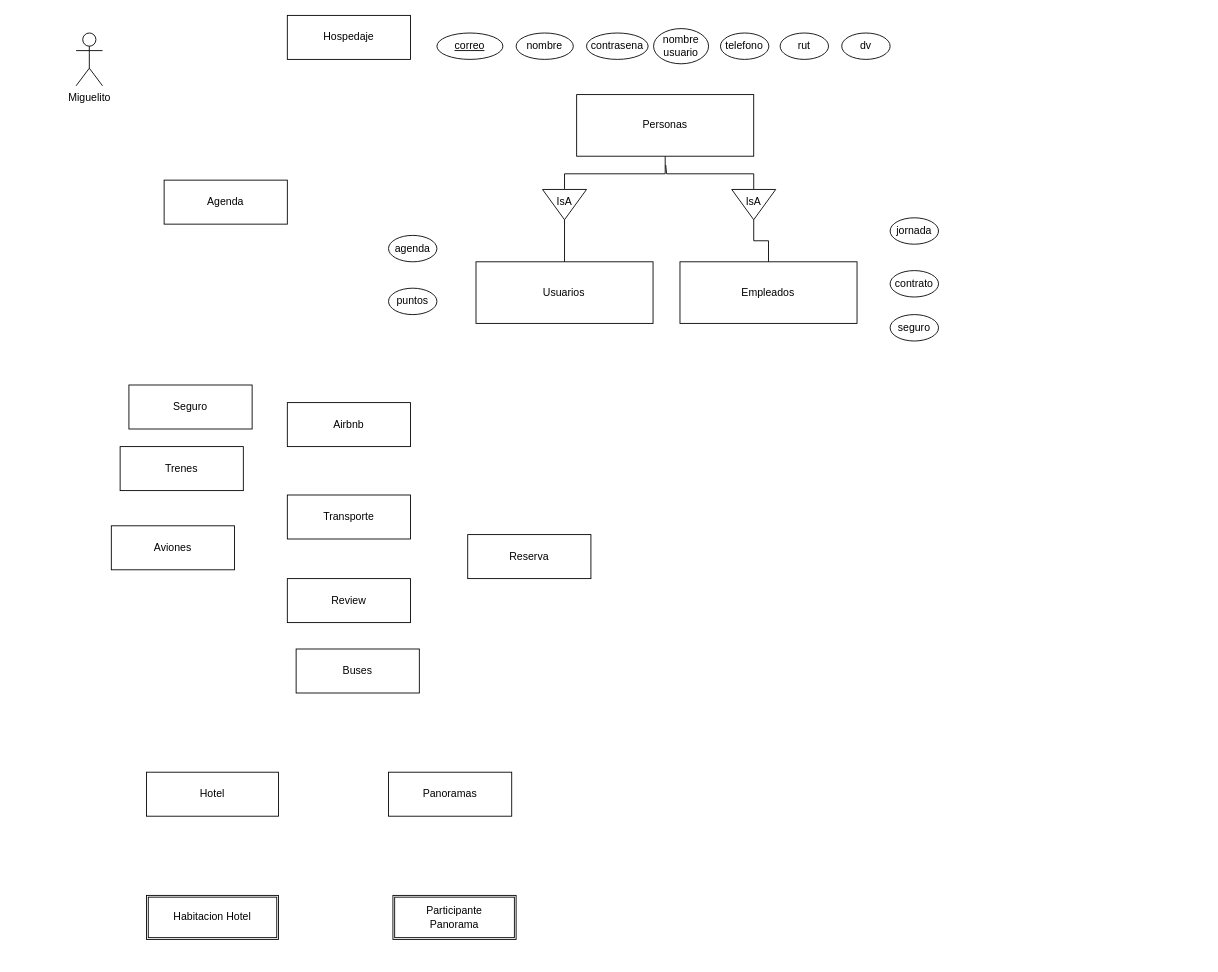
The draw.io diagram Diagrama sin título.drawio in fblazco/bdd_personal, before the edit. Source tidied: cells renumbered, new cells numbered last; positions are measured from the earlier drawing's top-left corner, leaving out a move shared by most shapes. Both pictures are drawn from the tidied source at 88%, with x=0, y=0 at pixel (76, 15).
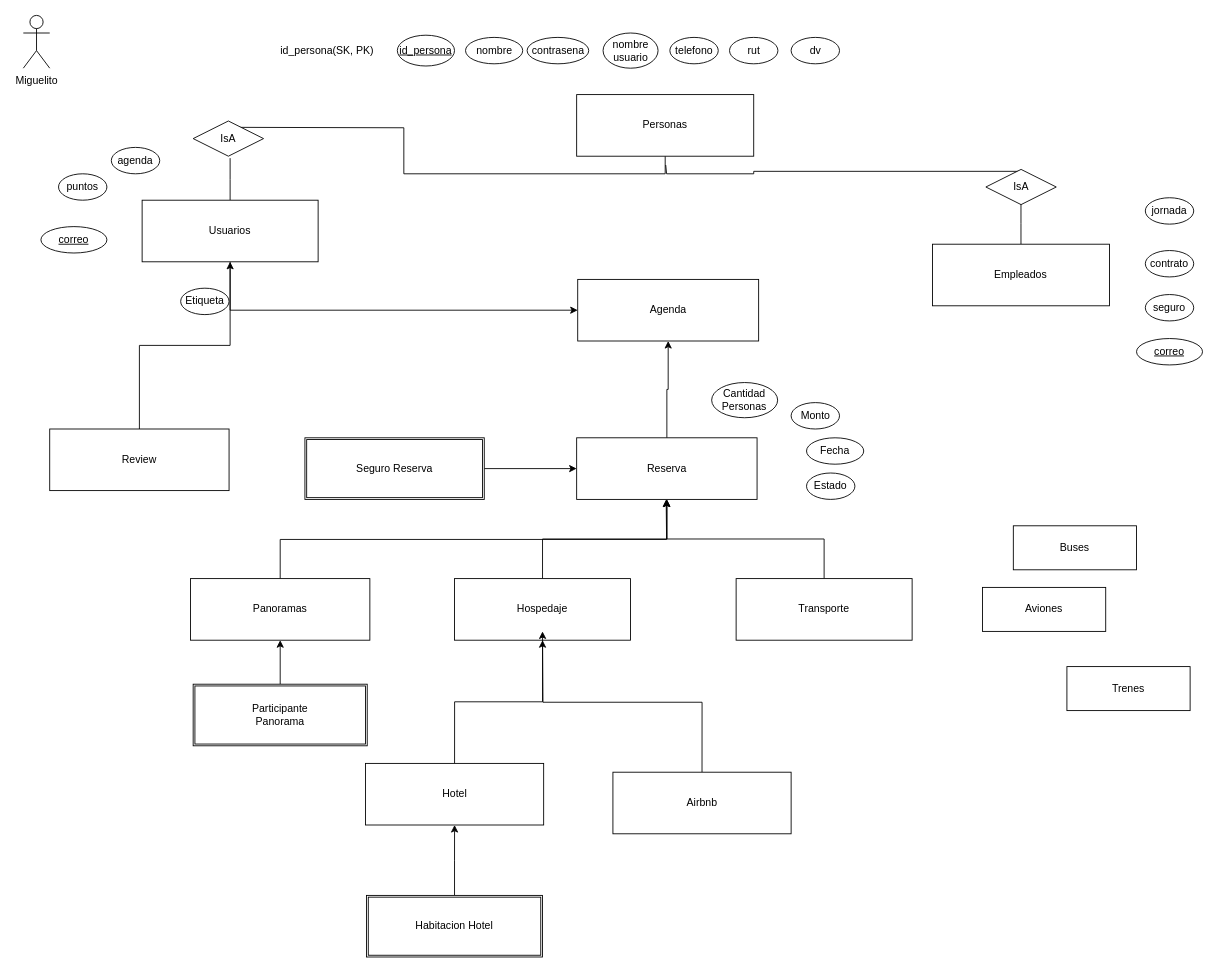
The same diagram, later.

Unchanged cells that the change refers to:
```xml
<mxCell id="3" value="Personas" style="rounded=0;whiteSpace=wrap;html=1;" parent="1" vertex="1">
  <mxGeometry x="568.8" y="90" width="201.2" height="70" as="geometry" />
</mxCell>
```

What changed in the source:
```diff
@@
-    <mxCell id="2" style="edgeStyle=orthogonalEdgeStyle;rounded=0;jettySize=auto;html=1;exitX=0.5;exitY=1;exitDx=0;exitDy=0;entryX=0.5;entryY=0;entryDx=0;entryDy=0;endArrow=none;startFill=0;" parent="1" edge="1" source="3" target="31">
-      <mxGeometry relative="1" as="geometry" />
+    <mxCell id="2" style="edgeStyle=orthogonalEdgeStyle;rounded=0;jettySize=auto;html=1;exitX=0.5;exitY=1;exitDx=0;exitDy=0;entryX=0.5;entryY=0;entryDx=0;entryDy=0;endArrow=none;startFill=0;" parent="1" edge="1" source="3">
+      <mxGeometry relative="1" as="geometry">
+        <mxPoint x="175" y="127.2" as="targetPoint" />
+      </mxGeometry>
     </mxCell>
@@
-    <mxCell id="4" style="edgeStyle=orthogonalEdgeStyle;rounded=0;jettySize=auto;html=1;exitX=0.5;exitY=0;exitDx=0;exitDy=0;entryX=1;entryY=0.5;entryDx=0;entryDy=0;endArrow=none;startFill=0;" parent="1" edge="1" source="5" target="28">
-      <mxGeometry relative="1" as="geometry" />
+    <mxCell id="4" style="edgeStyle=orthogonalEdgeStyle;rounded=0;jettySize=auto;html=1;exitX=0.5;exitY=0;exitDx=0;exitDy=0;entryX=1;entryY=0.5;entryDx=0;entryDy=0;endArrow=none;startFill=0;" parent="1" edge="1" source="5">
+      <mxGeometry relative="1" as="geometry">
+        <mxPoint x="175" y="162.2" as="targetPoint" />
+      </mxGeometry>
     </mxCell>
+    <mxCell id="41" style="edgeStyle=orthogonalEdgeStyle;rounded=0;jettySize=auto;html=1;exitX=0.5;exitY=1;exitDx=0;exitDy=0;entryX=0;entryY=0.5;entryDx=0;entryDy=0;" parent="1" edge="1" source="5" target="6">
+      <mxGeometry relative="1" as="geometry" />
+    </mxCell>
     <mxCell id="5" value="Usuarios" style="rounded=0;whiteSpace=wrap;html=1;" parent="1" vertex="1">
-      <mxGeometry x="454.4" y="280" width="201.2" height="70" as="geometry" />
+      <mxGeometry x="75" y="210" width="200" height="70" as="geometry" />
     </mxCell>
     <mxCell id="6" value="Agenda" style="rounded=0;whiteSpace=wrap;html=1;" parent="1" vertex="1">
-      <mxGeometry x="100" y="187.2" width="140" height="50" as="geometry" />
+      <mxGeometry x="570" y="300" width="205.6" height="70" as="geometry" />
     </mxCell>
+    <mxCell id="42" style="edgeStyle=orthogonalEdgeStyle;rounded=0;jettySize=auto;html=1;exitX=0.5;exitY=0;exitDx=0;exitDy=0;" parent="1" edge="1" source="7" target="6">
+      <mxGeometry relative="1" as="geometry" />
+    </mxCell>
     <mxCell id="7" value="Reserva" style="rounded=0;whiteSpace=wrap;html=1;" parent="1" vertex="1">
-      <mxGeometry x="445" y="590" width="140" height="50" as="geometry" />
+      <mxGeometry x="568.8" y="480" width="205" height="70" as="geometry" />
     </mxCell>
+    <mxCell id="43" style="edgeStyle=orthogonalEdgeStyle;rounded=0;jettySize=auto;html=1;exitX=0.5;exitY=0;exitDx=0;exitDy=0;entryX=0.5;entryY=1;entryDx=0;entryDy=0;" parent="1" edge="1" source="8" target="7">
+      <mxGeometry relative="1" as="geometry" />
+    </mxCell>
     <mxCell id="8" value="Hospedaje" style="rounded=0;whiteSpace=wrap;html=1;" parent="1" vertex="1">
-      <mxGeometry x="240" width="140" height="50" as="geometry" />
+      <mxGeometry x="430" y="640" width="200" height="70" as="geometry" />
     </mxCell>
+    <mxCell id="44" style="edgeStyle=orthogonalEdgeStyle;rounded=0;jettySize=auto;html=1;exitX=0.5;exitY=0;exitDx=0;exitDy=0;entryX=0.5;entryY=1;entryDx=0;entryDy=0;" parent="1" edge="1" source="9" target="8">
+      <mxGeometry relative="1" as="geometry" />
+    </mxCell>
     <mxCell id="9" value="Hotel" style="rounded=0;whiteSpace=wrap;html=1;" parent="1" vertex="1">
-      <mxGeometry x="80" y="860" width="150" height="50" as="geometry" />
+      <mxGeometry x="328.8" y="850" width="202.5" height="70" as="geometry" />
     </mxCell>
+    <mxCell id="45" style="edgeStyle=orthogonalEdgeStyle;rounded=0;jettySize=auto;html=1;exitX=0.5;exitY=0;exitDx=0;exitDy=0;" parent="1" edge="1" source="10">
+      <mxGeometry relative="1" as="geometry">
+        <mxPoint x="530" y="700" as="targetPoint" />
+      </mxGeometry>
+    </mxCell>
     <mxCell id="10" value="Airbnb" style="rounded=0;whiteSpace=wrap;html=1;" parent="1" vertex="1">
-      <mxGeometry x="240" y="440" width="140" height="50" as="geometry" />
+      <mxGeometry x="610" y="860" width="202.5" height="70" as="geometry" />
     </mxCell>
+    <mxCell id="46" style="edgeStyle=orthogonalEdgeStyle;rounded=0;jettySize=auto;html=1;exitX=0.5;exitY=0;exitDx=0;exitDy=0;" parent="1" edge="1" source="11">
+      <mxGeometry relative="1" as="geometry">
+        <mxPoint x="670.5" y="550" as="targetPoint" />
+      </mxGeometry>
+    </mxCell>
     <mxCell id="11" value="Panoramas" style="rounded=0;whiteSpace=wrap;html=1;" parent="1" vertex="1">
-      <mxGeometry x="355" y="860" width="140" height="50" as="geometry" />
+      <mxGeometry x="130" y="640" width="203.8" height="70" as="geometry" />
     </mxCell>
+    <mxCell id="47" style="edgeStyle=orthogonalEdgeStyle;rounded=0;jettySize=auto;html=1;exitX=0.5;exitY=0;exitDx=0;exitDy=0;entryX=0.5;entryY=1;entryDx=0;entryDy=0;" parent="1" edge="1" source="12" target="7">
+      <mxGeometry relative="1" as="geometry" />
+    </mxCell>
     <mxCell id="12" value="Transporte" style="rounded=0;whiteSpace=wrap;html=1;" parent="1" vertex="1">
-      <mxGeometry x="240" y="545" width="140" height="50" as="geometry" />
+      <mxGeometry x="750" y="640" width="200" height="70" as="geometry" />
     </mxCell>
+    <mxCell id="48" style="edgeStyle=orthogonalEdgeStyle;rounded=0;jettySize=auto;html=1;exitX=0.5;exitY=0;exitDx=0;exitDy=0;entryX=0.5;entryY=1;entryDx=0;entryDy=0;" parent="1" edge="1" source="13" target="5">
+      <mxGeometry relative="1" as="geometry" />
+    </mxCell>
     <mxCell id="13" value="Review" style="rounded=0;whiteSpace=wrap;html=1;" parent="1" vertex="1">
-      <mxGeometry x="240" y="640" width="140" height="50" as="geometry" />
+      <mxGeometry x="-30" y="470" width="203.8" height="70" as="geometry" />
     </mxCell>
-    <mxCell id="14" value="Seguro" style="rounded=0;whiteSpace=wrap;html=1;" parent="1" vertex="1">
-      <mxGeometry x="60" y="420" width="140" height="50" as="geometry" />
-    </mxCell>
     <mxCell id="15" value="Trenes" style="rounded=0;whiteSpace=wrap;html=1;" parent="1" vertex="1">
-      <mxGeometry x="50" y="490" width="140" height="50" as="geometry" />
+      <mxGeometry x="1125.9" y="740" width="140" height="50" as="geometry" />
     </mxCell>
     <mxCell id="16" value="Buses" style="rounded=0;whiteSpace=wrap;html=1;" parent="1" vertex="1">
-      <mxGeometry x="250" y="720" width="140" height="50" as="geometry" />
+      <mxGeometry x="1065" y="580" width="140" height="50" as="geometry" />
     </mxCell>
@@
     <mxCell id="18" value="Aviones" style="rounded=0;whiteSpace=wrap;html=1;" parent="1" vertex="1">
-      <mxGeometry x="40" y="580" width="140" height="50" as="geometry" />
+      <mxGeometry x="1030" y="650" width="140" height="50" as="geometry" />
     </mxCell>
+    <mxCell id="49" style="edgeStyle=orthogonalEdgeStyle;rounded=0;jettySize=auto;html=1;exitX=0.5;exitY=0;exitDx=0;exitDy=0;entryX=0.5;entryY=1;entryDx=0;entryDy=0;" parent="1" edge="1" source="19" target="9">
+      <mxGeometry relative="1" as="geometry" />
+    </mxCell>
     <mxCell id="19" value="Habitacion Hotel" style="shape=ext;double=1;rounded=0;whiteSpace=wrap;html=1;" parent="1" vertex="1">
-      <mxGeometry x="80" y="1000" width="150" height="50" as="geometry" />
+      <mxGeometry x="330" y="1000" width="200" height="70" as="geometry" />
     </mxCell>
+    <mxCell id="50" style="edgeStyle=orthogonalEdgeStyle;rounded=0;jettySize=auto;html=1;exitX=0.5;exitY=0;exitDx=0;exitDy=0;entryX=0.5;entryY=1;entryDx=0;entryDy=0;" parent="1" edge="1" source="20" target="11">
+      <mxGeometry relative="1" as="geometry" />
+    </mxCell>
     <mxCell id="20" value="Participante&lt;div&gt;Panorama&lt;/div&gt;" style="shape=ext;double=1;rounded=0;whiteSpace=wrap;html=1;" parent="1" vertex="1">
-      <mxGeometry x="360" y="1000" width="140" height="50" as="geometry" />
+      <mxGeometry x="133" y="760" width="197.8" height="70" as="geometry" />
     </mxCell>
     <mxCell id="21" value="&lt;u&gt;correo&lt;/u&gt;" style="ellipse;whiteSpace=wrap;html=1;" parent="1" vertex="1">
-      <mxGeometry x="410" y="20" width="75" height="30" as="geometry" />
+      <mxGeometry x="-40" y="240" width="75" height="30" as="geometry" />
     </mxCell>
     <mxCell id="22" value="nombre" style="ellipse;whiteSpace=wrap;html=1;" parent="1" vertex="1">
-      <mxGeometry x="500" y="20" width="65" height="30" as="geometry" />
+      <mxGeometry x="442.5" y="25" width="65" height="30" as="geometry" />
     </mxCell>
     <mxCell id="23" value="contrasena" style="ellipse;whiteSpace=wrap;html=1;" parent="1" vertex="1">
-      <mxGeometry x="580" y="20" width="70" height="30" as="geometry" />
+      <mxGeometry x="512.5" y="25" width="70" height="30" as="geometry" />
     </mxCell>
     <mxCell id="24" value="nombre&lt;div&gt;usuario&lt;/div&gt;" style="ellipse;whiteSpace=wrap;html=1;" parent="1" vertex="1">
-      <mxGeometry x="656.2" y="15" width="62.5" height="40" as="geometry" />
+      <mxGeometry x="598.8" y="20" width="62.5" height="40" as="geometry" />
     </mxCell>
     <mxCell id="25" value="telefono" style="ellipse;whiteSpace=wrap;html=1;" parent="1" vertex="1">
-      <mxGeometry x="732.2" y="20" width="55" height="30" as="geometry" />
+      <mxGeometry x="674.7" y="25" width="55" height="30" as="geometry" />
     </mxCell>
     <mxCell id="26" value="rut" style="ellipse;whiteSpace=wrap;html=1;" parent="1" vertex="1">
-      <mxGeometry x="800" y="20" width="55" height="30" as="geometry" />
+      <mxGeometry x="742.5" y="25" width="55" height="30" as="geometry" />
     </mxCell>
     <mxCell id="27" value="dv" style="ellipse;whiteSpace=wrap;html=1;" parent="1" vertex="1">
-      <mxGeometry x="870" y="20" width="55" height="30" as="geometry" />
+      <mxGeometry x="812.5" y="25" width="55" height="30" as="geometry" />
     </mxCell>
-    <mxCell id="28" style="triangle;whiteSpace=wrap;html=1;rotation=90;" parent="1" vertex="1">
-      <mxGeometry x="537.8" y="190" width="34.4" height="50" as="geometry" />
-    </mxCell>
-    <mxCell id="29" style="edgeStyle=orthogonalEdgeStyle;rounded=0;jettySize=auto;html=1;exitX=0.5;exitY=0;exitDx=0;exitDy=0;entryX=1;entryY=0.5;entryDx=0;entryDy=0;endArrow=none;startFill=0;" parent="1" edge="1" source="30" target="32">
-      <mxGeometry relative="1" as="geometry" />
+    <mxCell id="29" style="edgeStyle=orthogonalEdgeStyle;rounded=0;jettySize=auto;html=1;exitX=0.5;exitY=0;exitDx=0;exitDy=0;entryX=1;entryY=0.5;entryDx=0;entryDy=0;endArrow=none;startFill=0;" parent="1" edge="1" source="30">
+      <mxGeometry relative="1" as="geometry">
+        <mxPoint x="1073.7" y="212.2" as="targetPoint" />
+      </mxGeometry>
     </mxCell>
     <mxCell id="30" value="Empleados" style="rounded=0;whiteSpace=wrap;html=1;" parent="1" vertex="1">
-      <mxGeometry x="686.2" y="280" width="201.2" height="70" as="geometry" />
+      <mxGeometry x="973.1" y="260" width="201.2" height="70" as="geometry" />
     </mxCell>
-    <mxCell id="31" value="IsA" style="text;html=1;align=center;verticalAlign=middle;whiteSpace=wrap;rounded=0;" parent="1" vertex="1">
-      <mxGeometry x="525" y="197.2" width="60" height="30" as="geometry" />
-    </mxCell>
-    <mxCell id="32" style="triangle;whiteSpace=wrap;html=1;rotation=90;" parent="1" vertex="1">
-      <mxGeometry x="752.8" y="190" width="34.4" height="50" as="geometry" />
-    </mxCell>
-    <mxCell id="33" style="edgeStyle=orthogonalEdgeStyle;rounded=0;jettySize=auto;html=1;exitX=0.5;exitY=0;exitDx=0;exitDy=0;endArrow=none;startFill=0;" parent="1" edge="1" source="34">
+    <mxCell id="33" style="edgeStyle=orthogonalEdgeStyle;rounded=0;orthogonalLoop=1;jettySize=auto;html=1;exitX=0.5;exitY=0;exitDx=0;exitDy=0;endArrow=none;startFill=0;" parent="1" edge="1">
       <mxGeometry relative="1" as="geometry">
+        <mxPoint x="1073.7" y="177.2" as="sourcePoint" />
         <mxPoint x="670" y="170" as="targetPoint" />
         <Array as="points">
           <mxPoint x="770" y="180" />
           <mxPoint x="671" y="180" />
           <mxPoint x="671" y="170" />
         </Array>
       </mxGeometry>
     </mxCell>
-    <mxCell id="34" value="IsA" style="text;html=1;align=center;verticalAlign=middle;whiteSpace=wrap;rounded=0;" parent="1" vertex="1">
-      <mxGeometry x="740" y="197.2" width="60" height="30" as="geometry" />
-    </mxCell>
     <mxCell id="35" value="jornada" style="ellipse;whiteSpace=wrap;html=1;" parent="1" vertex="1">
-      <mxGeometry x="925" y="230" width="55" height="30" as="geometry" />
+      <mxGeometry x="1215" y="207.2" width="55" height="30" as="geometry" />
     </mxCell>
     <mxCell id="36" value="contrato" style="ellipse;whiteSpace=wrap;html=1;" parent="1" vertex="1">
-      <mxGeometry x="925" y="290" width="55" height="30" as="geometry" />
+      <mxGeometry x="1215" y="267.2" width="55" height="30" as="geometry" />
     </mxCell>
     <mxCell id="37" value="seguro" style="ellipse;whiteSpace=wrap;html=1;" parent="1" vertex="1">
-      <mxGeometry x="925" y="340" width="55" height="30" as="geometry" />
+      <mxGeometry x="1215" y="317.2" width="55" height="30" as="geometry" />
     </mxCell>
     <mxCell id="38" value="agenda" style="ellipse;whiteSpace=wrap;html=1;" parent="1" vertex="1">
-      <mxGeometry x="355" y="250" width="55" height="30" as="geometry" />
+      <mxGeometry x="40" y="150" width="55" height="30" as="geometry" />
     </mxCell>
     <mxCell id="39" value="puntos" style="ellipse;whiteSpace=wrap;html=1;" parent="1" vertex="1">
-      <mxGeometry x="355" y="310" width="55" height="30" as="geometry" />
+      <mxGeometry x="-20" y="180" width="55" height="30" as="geometry" />
     </mxCell>
     <mxCell id="40" value="Miguelito" style="shape=umlActor;verticalLabelPosition=bottom;verticalAlign=top;html=1;" parent="1" vertex="1">
-      <mxGeometry y="20" width="30" height="60" as="geometry" />
+      <mxGeometry x="-60" width="30" height="60" as="geometry" />
     </mxCell>
+    <mxCell id="51" value="Etiqueta" style="ellipse;whiteSpace=wrap;html=1;" parent="1" vertex="1">
+      <mxGeometry x="118.8" y="310" width="55" height="30" as="geometry" />
+    </mxCell>
+    <mxCell id="52" value="Estado" style="ellipse;whiteSpace=wrap;html=1;" parent="1" vertex="1">
+      <mxGeometry x="830" y="520" width="55" height="30" as="geometry" />
+    </mxCell>
+    <mxCell id="53" style="edgeStyle=orthogonalEdgeStyle;rounded=0;jettySize=auto;html=1;exitX=1;exitY=0.5;exitDx=0;exitDy=0;entryX=0;entryY=0.5;entryDx=0;entryDy=0;" parent="1" edge="1" source="54" target="7">
+      <mxGeometry relative="1" as="geometry" />
+    </mxCell>
+    <mxCell id="54" value="Seguro Reserva" style="shape=ext;double=1;rounded=0;whiteSpace=wrap;html=1;" parent="1" vertex="1">
+      <mxGeometry x="260" y="480" width="203.8" height="70" as="geometry" />
+    </mxCell>
+    <mxCell id="55" value="Fecha" style="ellipse;whiteSpace=wrap;html=1;" parent="1" vertex="1">
+      <mxGeometry x="830" y="480" width="65" height="30" as="geometry" />
+    </mxCell>
+    <mxCell id="56" value="Monto" style="ellipse;whiteSpace=wrap;html=1;" parent="1" vertex="1">
+      <mxGeometry x="812.5" y="440" width="55" height="30" as="geometry" />
+    </mxCell>
+    <mxCell id="57" value="Cantidad&lt;div&gt;Personas&lt;/div&gt;" style="ellipse;whiteSpace=wrap;html=1;" parent="1" vertex="1">
+      <mxGeometry x="722.2" y="417.2" width="75" height="40" as="geometry" />
+    </mxCell>
+    <mxCell id="58" style="edgeStyle=orthogonalEdgeStyle;rounded=0;orthogonalLoop=1;jettySize=auto;html=1;exitX=0.5;exitY=1;exitDx=0;exitDy=0;" parent="1" edge="1" source="56" target="56">
+      <mxGeometry relative="1" as="geometry" />
+    </mxCell>
+    <mxCell id="59" value="&lt;u&gt;correo&lt;/u&gt;" style="ellipse;whiteSpace=wrap;html=1;" parent="1" vertex="1">
+      <mxGeometry x="1205" y="367.2" width="75" height="30" as="geometry" />
+    </mxCell>
+    <mxCell id="60" value="IsA" style="rhombus;whiteSpace=wrap;html=1;" parent="1" vertex="1">
+      <mxGeometry x="133" y="120" width="80" height="40" as="geometry" />
+    </mxCell>
+    <mxCell id="61" value="IsA" style="rhombus;whiteSpace=wrap;html=1;" parent="1" vertex="1">
+      <mxGeometry x="1033.8" y="175" width="80" height="40" as="geometry" />
+    </mxCell>
+    <mxCell id="62" value="&lt;u&gt;id_persona&lt;/u&gt;" style="ellipse;whiteSpace=wrap;html=1;" parent="1" vertex="1">
+      <mxGeometry x="365" y="22.5" width="65" height="35" as="geometry" />
+    </mxCell>
+    <mxCell id="63" value="id_persona(SK, PK)" style="text;html=1;align=center;verticalAlign=middle;strokeColor=none;fillColor=none;" parent="1" vertex="1">
+      <mxGeometry x="220" y="25" width="130" height="30" as="geometry" />
+    </mxCell>
```
